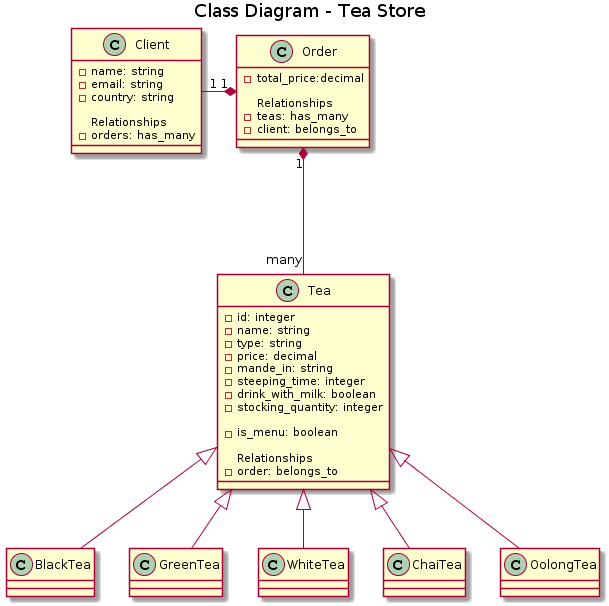
Above: uml/class-diagram-models-onlytea.png in TomazMartins/tea-store (PlantUML), before the change.
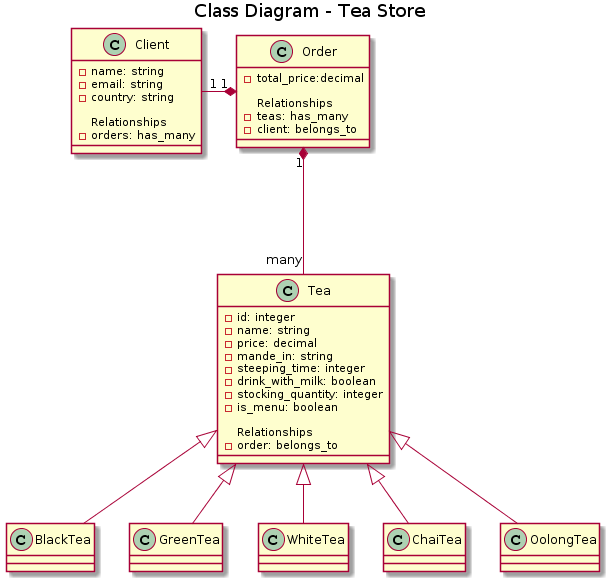
Above is the later version.

What changed in the source:
```diff
@@ -11,13 +11,11 @@
 class Tea {
 - id: integer
 - name: string
-- type: string
 - price: decimal
 - mande_in: string
 - steeping_time: integer
 - drink_with_milk: boolean
 -stocking_quantity: integer
-
 - is_menu: boolean
 
   ..Relationships..
```
